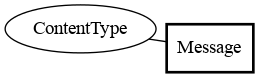
Earlier version of the Graphviz export shop-doc/img/shop_message.png (pousse-cafe/pousse-cafe.github.io). Its source is kept beside it as shop-doc/img/shop_message.dot.
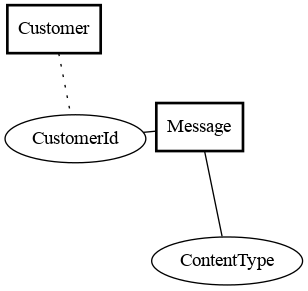
The same file after the commit.

Change to the diagram source:
```diff
@@ -1,7 +1,11 @@
 graph {
 splines=spline;
 overlap=false;
+"CustomerId" -- "Message" [style=solid];
 "ContentType" -- "Message" [style=solid];
+"Customer" -- "CustomerId" [style=dotted];
 "Message"[shape=box,style=bold];
 "ContentType"[shape=ellipse];
+"Customer"[shape=box,style=bold];
+"CustomerId"[shape=ellipse];
 }
```
